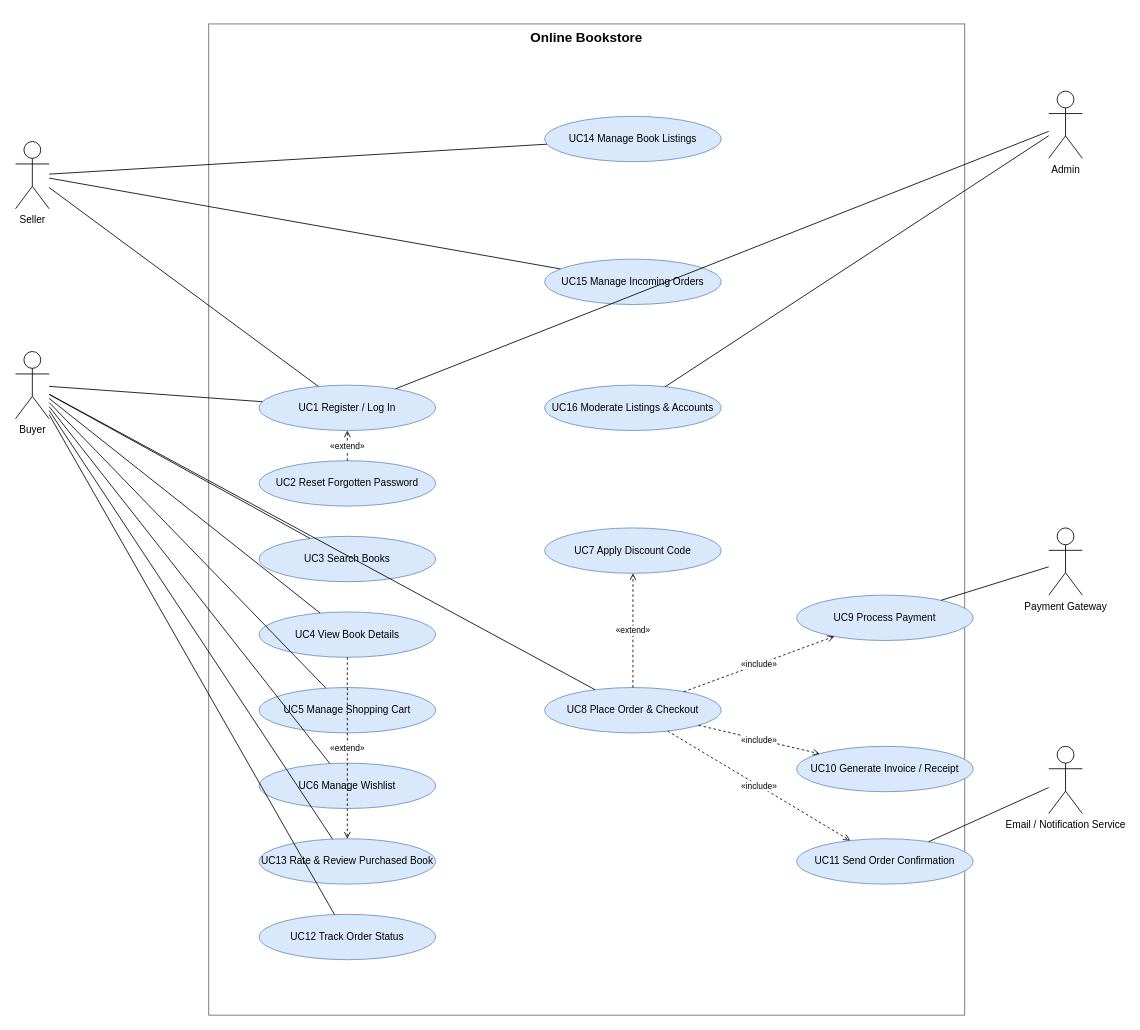
Above: Documents/UseCaseDiagram.drawio in anv10/Online-Bookstore-SE- (draw.io), before the change. Source tidied: cells renumbered, new cells numbered last; positions are measured from the earlier drawing's top-left corner, leaving out a move shared by most shapes. Both pictures are drawn from the tidied source at 84%, with x=0, y=0 at pixel (15, 24).
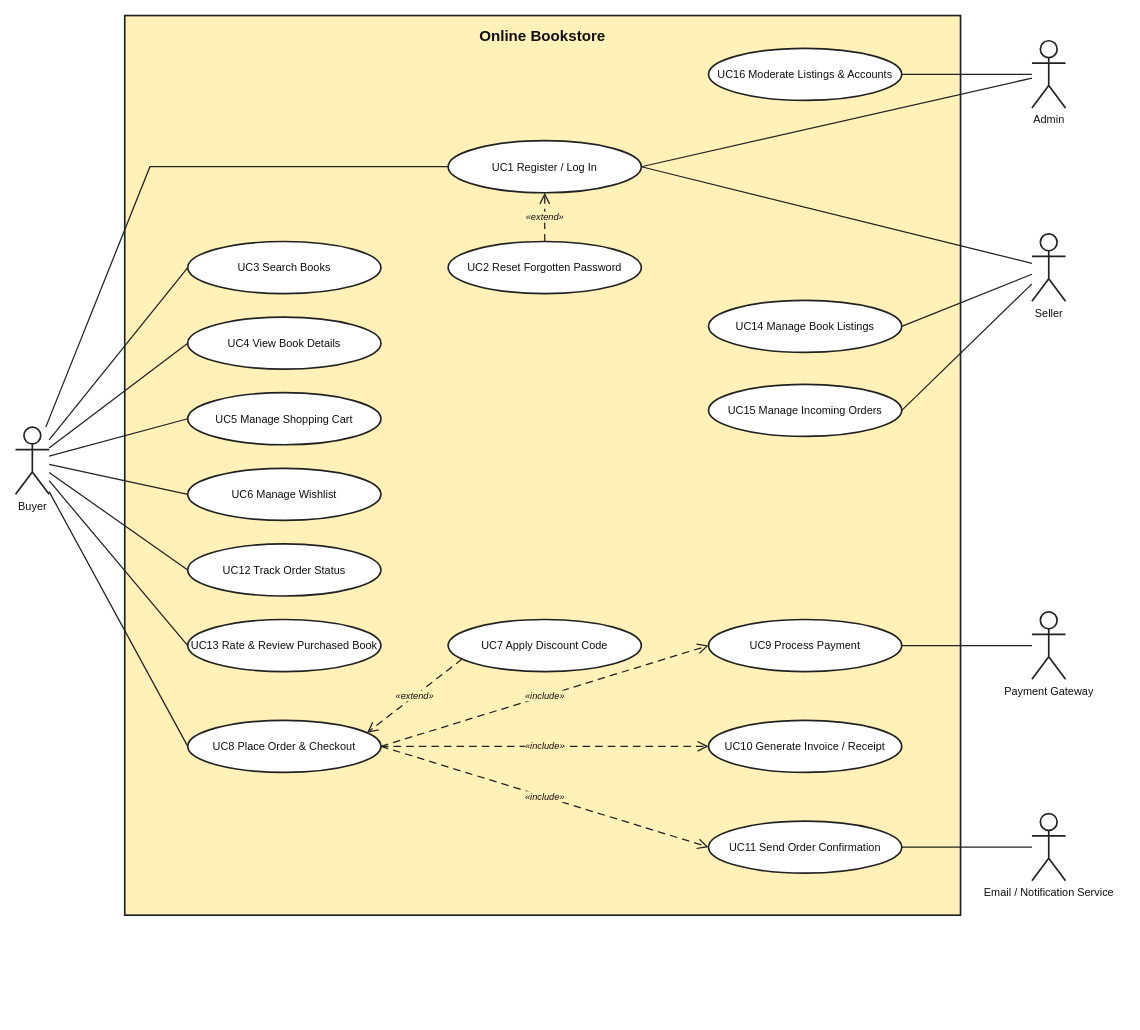
The same diagram, later.

Diff of the diagram source:
```diff
@@
-<mxGraphModel>
+<mxGraphModel background="#FFFFFF">
@@
-    <mxCell id="2" value="Online Bookstore" style="rounded=0;whiteSpace=wrap;html=1;verticalAlign=top;fontSize=16;fontStyle=1;fillColor=none;strokeColor=#666666;" parent="1" vertex="1">
-      <mxGeometry x="230" width="900" height="1180" as="geometry" />
+    <mxCell id="2" value="Online Bookstore" style="rounded=0;whiteSpace=wrap;html=1;verticalAlign=top;align=center;fontSize=18;fontStyle=1;fontFamily=Helvetica;fontColor=#111111;fillColor=#FFF1B8;strokeColor=#222222;strokeWidth=2;spacingTop=8;" parent="1" vertex="1">
+      <mxGeometry x="130" y="-10" width="995" height="1071" as="geometry" />
     </mxCell>
-    <mxCell id="3" value="Buyer" style="shape=umlActor;verticalLabelPosition=bottom;verticalAlign=top;html=1;outlineConnect=0;" parent="1" vertex="1">
-      <mxGeometry y="390" width="40" height="80" as="geometry" />
+    <mxCell id="3" value="Buyer" style="shape=umlActor;verticalLabelPosition=bottom;verticalAlign=top;html=1;outlineConnect=0;strokeColor=#222222;strokeWidth=2;fillColor=#FFFFFF;fontFamily=Helvetica;fontSize=13;fontColor=#111111;" parent="1" vertex="1">
+      <mxGeometry y="480" width="40" height="80" as="geometry" />
     </mxCell>
+    <mxCell id="5" value="Admin" style="shape=umlActor;verticalLabelPosition=bottom;verticalAlign=top;html=1;outlineConnect=0;strokeColor=#222222;strokeWidth=2;fillColor=#FFFFFF;fontFamily=Helvetica;fontSize=13;fontColor=#111111;" parent="1" vertex="1">
+      <mxGeometry x="1210" y="20" width="40" height="80" as="geometry" />
+    </mxCell>
-    <mxCell id="4" value="Seller" style="shape=umlActor;verticalLabelPosition=bottom;verticalAlign=top;html=1;outlineConnect=0;" parent="1" vertex="1">
-      <mxGeometry y="140" width="40" height="80" as="geometry" />
+    <mxCell id="4" value="Seller" style="shape=umlActor;verticalLabelPosition=bottom;verticalAlign=top;html=1;outlineConnect=0;strokeColor=#222222;strokeWidth=2;fillColor=#FFFFFF;fontFamily=Helvetica;fontSize=13;fontColor=#111111;" parent="1" vertex="1">
+      <mxGeometry x="1210" y="250" width="40" height="80" as="geometry" />
     </mxCell>
-    <mxCell id="5" value="Admin" style="shape=umlActor;verticalLabelPosition=bottom;verticalAlign=top;html=1;outlineConnect=0;" parent="1" vertex="1">
-      <mxGeometry x="1230" y="80" width="40" height="80" as="geometry" />
-    </mxCell>
-    <mxCell id="6" value="Payment Gateway" style="shape=umlActor;verticalLabelPosition=bottom;verticalAlign=top;html=1;outlineConnect=0;" parent="1" vertex="1">
-      <mxGeometry x="1230" y="600" width="40" height="80" as="geometry" />
+    <mxCell id="6" value="Payment Gateway" style="shape=umlActor;verticalLabelPosition=bottom;verticalAlign=top;html=1;outlineConnect=0;strokeColor=#222222;strokeWidth=2;fillColor=#FFFFFF;fontFamily=Helvetica;fontSize=13;fontColor=#111111;" parent="1" vertex="1">
+      <mxGeometry x="1210" y="700" width="40" height="80" as="geometry" />
     </mxCell>
-    <mxCell id="7" value="Email / Notification Service" style="shape=umlActor;verticalLabelPosition=bottom;verticalAlign=top;html=1;outlineConnect=0;" parent="1" vertex="1">
-      <mxGeometry x="1230" y="860" width="40" height="80" as="geometry" />
+    <mxCell id="7" value="Email / Notification Service" style="shape=umlActor;verticalLabelPosition=bottom;verticalAlign=top;html=1;outlineConnect=0;strokeColor=#222222;strokeWidth=2;fillColor=#FFFFFF;fontFamily=Helvetica;fontSize=13;fontColor=#111111;" parent="1" vertex="1">
+      <mxGeometry x="1210" y="940" width="40" height="80" as="geometry" />
     </mxCell>
-    <mxCell id="8" value="UC1 Register / Log In" style="ellipse;whiteSpace=wrap;html=1;fillColor=#dae8fc;strokeColor=#6c8ebf;" parent="1" vertex="1">
-      <mxGeometry x="290" y="430" width="210" height="54" as="geometry" />
+    <mxCell id="8" value="UC1 Register / Log In" style="ellipse;whiteSpace=wrap;html=1;fillColor=#FFFFFF;strokeColor=#222222;strokeWidth=2;fontFamily=Helvetica;fontSize=13;fontColor=#111111;" parent="1" vertex="1">
+      <mxGeometry x="515" y="139" width="230" height="62" as="geometry" />
     </mxCell>
-    <mxCell id="9" value="UC2 Reset Forgotten Password" style="ellipse;whiteSpace=wrap;html=1;fillColor=#dae8fc;strokeColor=#6c8ebf;" parent="1" vertex="1">
-      <mxGeometry x="290" y="520" width="210" height="54" as="geometry" />
+    <mxCell id="9" value="UC2 Reset Forgotten Password" style="ellipse;whiteSpace=wrap;html=1;fillColor=#FFFFFF;strokeColor=#222222;strokeWidth=2;fontFamily=Helvetica;fontSize=13;fontColor=#111111;" parent="1" vertex="1">
+      <mxGeometry x="515" y="259" width="230" height="62" as="geometry" />
     </mxCell>
-    <mxCell id="10" value="UC3 Search Books" style="ellipse;whiteSpace=wrap;html=1;fillColor=#dae8fc;strokeColor=#6c8ebf;" parent="1" vertex="1">
-      <mxGeometry x="290" y="610" width="210" height="54" as="geometry" />
+    <mxCell id="10" value="UC3 Search Books" style="ellipse;whiteSpace=wrap;html=1;fillColor=#FFFFFF;strokeColor=#222222;strokeWidth=2;fontFamily=Helvetica;fontSize=13;fontColor=#111111;" parent="1" vertex="1">
+      <mxGeometry x="205" y="259" width="230" height="62" as="geometry" />
     </mxCell>
-    <mxCell id="11" value="UC4 View Book Details" style="ellipse;whiteSpace=wrap;html=1;fillColor=#dae8fc;strokeColor=#6c8ebf;" parent="1" vertex="1">
-      <mxGeometry x="290" y="700" width="210" height="54" as="geometry" />
+    <mxCell id="11" value="UC4 View Book Details" style="ellipse;whiteSpace=wrap;html=1;fillColor=#FFFFFF;strokeColor=#222222;strokeWidth=2;fontFamily=Helvetica;fontSize=13;fontColor=#111111;" parent="1" vertex="1">
+      <mxGeometry x="205" y="349" width="230" height="62" as="geometry" />
     </mxCell>
-    <mxCell id="12" value="UC5 Manage Shopping Cart" style="ellipse;whiteSpace=wrap;html=1;fillColor=#dae8fc;strokeColor=#6c8ebf;" parent="1" vertex="1">
-      <mxGeometry x="290" y="790" width="210" height="54" as="geometry" />
+    <mxCell id="12" value="UC5 Manage Shopping Cart" style="ellipse;whiteSpace=wrap;html=1;fillColor=#FFFFFF;strokeColor=#222222;strokeWidth=2;fontFamily=Helvetica;fontSize=13;fontColor=#111111;" parent="1" vertex="1">
+      <mxGeometry x="205" y="439" width="230" height="62" as="geometry" />
     </mxCell>
-    <mxCell id="13" value="UC6 Manage Wishlist" style="ellipse;whiteSpace=wrap;html=1;fillColor=#dae8fc;strokeColor=#6c8ebf;" parent="1" vertex="1">
-      <mxGeometry x="290" y="880" width="210" height="54" as="geometry" />
+    <mxCell id="13" value="UC6 Manage Wishlist" style="ellipse;whiteSpace=wrap;html=1;fillColor=#FFFFFF;strokeColor=#222222;strokeWidth=2;fontFamily=Helvetica;fontSize=13;fontColor=#111111;" parent="1" vertex="1">
+      <mxGeometry x="205" y="529" width="230" height="62" as="geometry" />
     </mxCell>
+    <mxCell id="15" value="UC12 Track Order Status" style="ellipse;whiteSpace=wrap;html=1;fillColor=#FFFFFF;strokeColor=#222222;strokeWidth=2;fontFamily=Helvetica;fontSize=13;fontColor=#111111;" parent="1" vertex="1">
+      <mxGeometry x="205" y="619" width="230" height="62" as="geometry" />
+    </mxCell>
-    <mxCell id="14" value="UC13 Rate &amp; Review Purchased Book" style="ellipse;whiteSpace=wrap;html=1;fillColor=#dae8fc;strokeColor=#6c8ebf;" parent="1" vertex="1">
-      <mxGeometry x="290" y="970" width="210" height="54" as="geometry" />
+    <mxCell id="14" value="UC13 Rate &amp; Review Purchased Book" style="ellipse;whiteSpace=wrap;html=1;fillColor=#FFFFFF;strokeColor=#222222;strokeWidth=2;fontFamily=Helvetica;fontSize=13;fontColor=#111111;" parent="1" vertex="1">
+      <mxGeometry x="205" y="709" width="230" height="62" as="geometry" />
     </mxCell>
-    <mxCell id="15" value="UC12 Track Order Status" style="ellipse;whiteSpace=wrap;html=1;fillColor=#dae8fc;strokeColor=#6c8ebf;" parent="1" vertex="1">
-      <mxGeometry x="290" y="1060" width="210" height="54" as="geometry" />
-    </mxCell>
-    <mxCell id="16" value="UC8 Place Order &amp; Checkout" style="ellipse;whiteSpace=wrap;html=1;fillColor=#dae8fc;strokeColor=#6c8ebf;" parent="1" vertex="1">
-      <mxGeometry x="630" y="790" width="210" height="54" as="geometry" />
+    <mxCell id="16" value="UC8 Place Order &amp; Checkout" style="ellipse;whiteSpace=wrap;html=1;fillColor=#FFFFFF;strokeColor=#222222;strokeWidth=2;fontFamily=Helvetica;fontSize=13;fontColor=#111111;" parent="1" vertex="1">
+      <mxGeometry x="205" y="829" width="230" height="62" as="geometry" />
     </mxCell>
-    <mxCell id="17" value="UC7 Apply Discount Code" style="ellipse;whiteSpace=wrap;html=1;fillColor=#dae8fc;strokeColor=#6c8ebf;" parent="1" vertex="1">
-      <mxGeometry x="630" y="600" width="210" height="54" as="geometry" />
+    <mxCell id="17" value="UC7 Apply Discount Code" style="ellipse;whiteSpace=wrap;html=1;fillColor=#FFFFFF;strokeColor=#222222;strokeWidth=2;fontFamily=Helvetica;fontSize=13;fontColor=#111111;" parent="1" vertex="1">
+      <mxGeometry x="515" y="709" width="230" height="62" as="geometry" />
     </mxCell>
-    <mxCell id="18" value="UC9 Process Payment" style="ellipse;whiteSpace=wrap;html=1;fillColor=#dae8fc;strokeColor=#6c8ebf;" parent="1" vertex="1">
-      <mxGeometry x="930" y="680" width="210" height="54" as="geometry" />
+    <mxCell id="18" value="UC9 Process Payment" style="ellipse;whiteSpace=wrap;html=1;fillColor=#FFFFFF;strokeColor=#222222;strokeWidth=2;fontFamily=Helvetica;fontSize=13;fontColor=#111111;" parent="1" vertex="1">
+      <mxGeometry x="825" y="709" width="230" height="62" as="geometry" />
     </mxCell>
-    <mxCell id="19" value="UC10 Generate Invoice / Receipt" style="ellipse;whiteSpace=wrap;html=1;fillColor=#dae8fc;strokeColor=#6c8ebf;" parent="1" vertex="1">
-      <mxGeometry x="930" y="860" width="210" height="54" as="geometry" />
+    <mxCell id="19" value="UC10 Generate Invoice / Receipt" style="ellipse;whiteSpace=wrap;html=1;fillColor=#FFFFFF;strokeColor=#222222;strokeWidth=2;fontFamily=Helvetica;fontSize=13;fontColor=#111111;" parent="1" vertex="1">
+      <mxGeometry x="825" y="829" width="230" height="62" as="geometry" />
     </mxCell>
-    <mxCell id="20" value="UC11 Send Order Confirmation" style="ellipse;whiteSpace=wrap;html=1;fillColor=#dae8fc;strokeColor=#6c8ebf;" parent="1" vertex="1">
-      <mxGeometry x="930" y="970" width="210" height="54" as="geometry" />
+    <mxCell id="20" value="UC11 Send Order Confirmation" style="ellipse;whiteSpace=wrap;html=1;fillColor=#FFFFFF;strokeColor=#222222;strokeWidth=2;fontFamily=Helvetica;fontSize=13;fontColor=#111111;" parent="1" vertex="1">
+      <mxGeometry x="825" y="949" width="230" height="62" as="geometry" />
     </mxCell>
-    <mxCell id="21" value="UC14 Manage Book Listings" style="ellipse;whiteSpace=wrap;html=1;fillColor=#dae8fc;strokeColor=#6c8ebf;" parent="1" vertex="1">
-      <mxGeometry x="630" y="110" width="210" height="54" as="geometry" />
+    <mxCell id="21" value="UC14 Manage Book Listings" style="ellipse;whiteSpace=wrap;html=1;fillColor=#FFFFFF;strokeColor=#222222;strokeWidth=2;fontFamily=Helvetica;fontSize=13;fontColor=#111111;" parent="1" vertex="1">
+      <mxGeometry x="825" y="329" width="230" height="62" as="geometry" />
     </mxCell>
-    <mxCell id="22" value="UC15 Manage Incoming Orders" style="ellipse;whiteSpace=wrap;html=1;fillColor=#dae8fc;strokeColor=#6c8ebf;" parent="1" vertex="1">
-      <mxGeometry x="630" y="280" width="210" height="54" as="geometry" />
+    <mxCell id="22" value="UC15 Manage Incoming Orders" style="ellipse;whiteSpace=wrap;html=1;fillColor=#FFFFFF;strokeColor=#222222;strokeWidth=2;fontFamily=Helvetica;fontSize=13;fontColor=#111111;" parent="1" vertex="1">
+      <mxGeometry x="825" y="429" width="230" height="62" as="geometry" />
     </mxCell>
-    <mxCell id="23" value="UC16 Moderate Listings &amp; Accounts" style="ellipse;whiteSpace=wrap;html=1;fillColor=#dae8fc;strokeColor=#6c8ebf;" parent="1" vertex="1">
-      <mxGeometry x="630" y="430" width="210" height="54" as="geometry" />
+    <mxCell id="23" value="UC16 Moderate Listings &amp; Accounts" style="ellipse;whiteSpace=wrap;html=1;fillColor=#FFFFFF;strokeColor=#222222;strokeWidth=2;fontFamily=Helvetica;fontSize=13;fontColor=#111111;" parent="1" vertex="1">
+      <mxGeometry x="825" y="29" width="230" height="62" as="geometry" />
     </mxCell>
-    <mxCell id="24" style="endArrow=none;html=1;edgeStyle=none;" parent="1" edge="1" source="3" target="8">
-      <mxGeometry relative="1" as="geometry" />
+    <mxCell id="24" style="endArrow=none;html=1;rounded=0;strokeColor=#222222;strokeWidth=1.5;entryX=0;entryY=0.5;entryDx=0;entryDy=0;" parent="1" edge="1" source="3" target="8">
+      <mxGeometry relative="1" as="geometry">
+        <Array as="points">
+          <mxPoint x="160" y="170" />
+        </Array>
+      </mxGeometry>
     </mxCell>
-    <mxCell id="25" style="endArrow=none;html=1;edgeStyle=none;" parent="1" edge="1" source="3" target="10">
+    <mxCell id="25" style="endArrow=none;html=1;rounded=0;strokeColor=#222222;strokeWidth=1.5;entryX=0;entryY=0.5;entryDx=0;entryDy=0;" parent="1" edge="1" source="3" target="10">
       <mxGeometry relative="1" as="geometry" />
     </mxCell>
-    <mxCell id="26" style="endArrow=none;html=1;edgeStyle=none;" parent="1" edge="1" source="3" target="11">
+    <mxCell id="26" style="endArrow=none;html=1;rounded=0;strokeColor=#222222;strokeWidth=1.5;entryX=0;entryY=0.5;entryDx=0;entryDy=0;" parent="1" edge="1" source="3" target="11">
       <mxGeometry relative="1" as="geometry" />
     </mxCell>
-    <mxCell id="27" style="endArrow=none;html=1;edgeStyle=none;" parent="1" edge="1" source="3" target="12">
+    <mxCell id="27" style="endArrow=none;html=1;rounded=0;strokeColor=#222222;strokeWidth=1.5;entryX=0;entryY=0.5;entryDx=0;entryDy=0;" parent="1" edge="1" source="3" target="12">
       <mxGeometry relative="1" as="geometry" />
     </mxCell>
-    <mxCell id="28" style="endArrow=none;html=1;edgeStyle=none;" parent="1" edge="1" source="3" target="13">
+    <mxCell id="28" style="endArrow=none;html=1;rounded=0;strokeColor=#222222;strokeWidth=1.5;entryX=0;entryY=0.5;entryDx=0;entryDy=0;" parent="1" edge="1" source="3" target="13">
       <mxGeometry relative="1" as="geometry" />
     </mxCell>
+    <mxCell id="30" style="endArrow=none;html=1;rounded=0;strokeColor=#222222;strokeWidth=1.5;entryX=0;entryY=0.5;entryDx=0;entryDy=0;" parent="1" edge="1" source="3" target="15">
+      <mxGeometry relative="1" as="geometry" />
+    </mxCell>
-    <mxCell id="29" style="endArrow=none;html=1;edgeStyle=none;" parent="1" edge="1" source="3" target="14">
+    <mxCell id="29" style="endArrow=none;html=1;rounded=0;strokeColor=#222222;strokeWidth=1.5;entryX=0;entryY=0.5;entryDx=0;entryDy=0;" parent="1" edge="1" source="3" target="14">
       <mxGeometry relative="1" as="geometry" />
     </mxCell>
-    <mxCell id="30" style="endArrow=none;html=1;edgeStyle=none;" parent="1" edge="1" source="3" target="15">
-      <mxGeometry relative="1" as="geometry" />
-    </mxCell>
-    <mxCell id="31" style="endArrow=none;html=1;edgeStyle=none;" parent="1" edge="1" source="3" target="16">
+    <mxCell id="31" style="endArrow=none;html=1;rounded=0;strokeColor=#222222;strokeWidth=1.5;entryX=0;entryY=0.5;entryDx=0;entryDy=0;" parent="1" edge="1" source="3" target="16">
       <mxGeometry relative="1" as="geometry" />
     </mxCell>
+    <mxCell id="35" style="endArrow=none;html=1;rounded=0;strokeColor=#222222;strokeWidth=1.5;entryX=1;entryY=0.5;entryDx=0;entryDy=0;" parent="1" edge="1" source="5" target="8">
+      <mxGeometry relative="1" as="geometry" />
+    </mxCell>
+    <mxCell id="36" style="endArrow=none;html=1;rounded=0;strokeColor=#222222;strokeWidth=1.5;entryX=1;entryY=0.5;entryDx=0;entryDy=0;" parent="1" edge="1" source="5" target="23">
+      <mxGeometry relative="1" as="geometry" />
+    </mxCell>
-    <mxCell id="32" style="endArrow=none;html=1;edgeStyle=none;" parent="1" edge="1" source="4" target="8">
+    <mxCell id="32" style="endArrow=none;html=1;rounded=0;strokeColor=#222222;strokeWidth=1.5;entryX=1;entryY=0.5;entryDx=0;entryDy=0;" parent="1" edge="1" source="4" target="8">
       <mxGeometry relative="1" as="geometry" />
     </mxCell>
-    <mxCell id="33" style="endArrow=none;html=1;edgeStyle=none;" parent="1" edge="1" source="4" target="21">
+    <mxCell id="33" style="endArrow=none;html=1;rounded=0;strokeColor=#222222;strokeWidth=1.5;entryX=1;entryY=0.5;entryDx=0;entryDy=0;" parent="1" edge="1" source="4" target="21">
       <mxGeometry relative="1" as="geometry" />
     </mxCell>
-    <mxCell id="34" style="endArrow=none;html=1;edgeStyle=none;" parent="1" edge="1" source="4" target="22">
+    <mxCell id="34" style="endArrow=none;html=1;rounded=0;strokeColor=#222222;strokeWidth=1.5;entryX=1;entryY=0.5;entryDx=0;entryDy=0;" parent="1" edge="1" source="4" target="22">
       <mxGeometry relative="1" as="geometry" />
     </mxCell>
-    <mxCell id="35" style="endArrow=none;html=1;edgeStyle=none;" parent="1" edge="1" source="5" target="8">
-      <mxGeometry relative="1" as="geometry" />
-    </mxCell>
-    <mxCell id="36" style="endArrow=none;html=1;edgeStyle=none;" parent="1" edge="1" source="5" target="23">
-      <mxGeometry relative="1" as="geometry" />
-    </mxCell>
-    <mxCell id="37" style="endArrow=none;html=1;edgeStyle=none;" parent="1" edge="1" source="6" target="18">
+    <mxCell id="37" style="endArrow=none;html=1;rounded=0;strokeColor=#222222;strokeWidth=1.5;entryX=1;entryY=0.5;entryDx=0;entryDy=0;" parent="1" edge="1" source="6" target="18">
       <mxGeometry relative="1" as="geometry" />
     </mxCell>
-    <mxCell id="38" style="endArrow=none;html=1;edgeStyle=none;" parent="1" edge="1" source="7" target="20">
+    <mxCell id="38" style="endArrow=none;html=1;rounded=0;strokeColor=#222222;strokeWidth=1.5;entryX=1;entryY=0.5;entryDx=0;entryDy=0;" parent="1" edge="1" source="7" target="20">
       <mxGeometry relative="1" as="geometry" />
     </mxCell>
-    <mxCell id="39" value="«extend»" style="endArrow=open;endFill=0;dashed=1;html=1;fontSize=10;" parent="1" edge="1" source="9" target="8">
+    <mxCell id="39" value="«extend»" style="endArrow=open;endFill=0;endSize=10;dashed=1;dashPattern=6 4;html=1;rounded=0;strokeColor=#222222;strokeWidth=1.5;fontSize=11;fontStyle=2;fontColor=#111111;labelBackgroundColor=#FFF1B8;exitX=0.5;exitY=0;exitDx=0;exitDy=0;entryX=0.5;entryY=1;entryDx=0;entryDy=0;" parent="1" edge="1" source="9" target="8">
       <mxGeometry relative="1" as="geometry" />
     </mxCell>
-    <mxCell id="40" value="«extend»" style="endArrow=open;endFill=0;dashed=1;html=1;fontSize=10;" parent="1" edge="1" source="16" target="17">
-      <mxGeometry relative="1" as="geometry" />
-    </mxCell>
+    <mxCell id="45" value="«extend»" style="endArrow=open;endFill=0;endSize=10;dashed=1;dashPattern=6 4;html=1;rounded=0;strokeColor=#222222;strokeWidth=1.5;fontSize=11;fontStyle=2;fontColor=#111111;labelBackgroundColor=#FFF1B8;exitX=0.1;exitY=0.75;exitDx=0;exitDy=0;entryX=0.9;entryY=0.25;entryDx=0;entryDy=0;" parent="1" edge="1" source="17" target="16">
+      <mxGeometry relative="1" as="geometry" />
+    </mxCell>
-    <mxCell id="41" value="«include»" style="endArrow=open;endFill=0;dashed=1;html=1;fontSize=10;" parent="1" edge="1" source="16" target="18">
+    <mxCell id="41" value="«include»" style="endArrow=open;endFill=0;endSize=10;dashed=1;dashPattern=6 4;html=1;rounded=0;strokeColor=#222222;strokeWidth=1.5;fontSize=11;fontStyle=2;fontColor=#111111;labelBackgroundColor=#FFF1B8;exitX=1;exitY=0.5;exitDx=0;exitDy=0;entryX=0;entryY=0.5;entryDx=0;entryDy=0;" parent="1" edge="1" source="16" target="18">
       <mxGeometry relative="1" as="geometry" />
     </mxCell>
-    <mxCell id="42" value="«include»" style="endArrow=open;endFill=0;dashed=1;html=1;fontSize=10;" parent="1" edge="1" source="16" target="19">
+    <mxCell id="42" value="«include»" style="endArrow=open;endFill=0;endSize=10;dashed=1;dashPattern=6 4;html=1;rounded=0;strokeColor=#222222;strokeWidth=1.5;fontSize=11;fontStyle=2;fontColor=#111111;labelBackgroundColor=#FFF1B8;exitX=1;exitY=0.5;exitDx=0;exitDy=0;entryX=0;entryY=0.5;entryDx=0;entryDy=0;" parent="1" edge="1" source="16" target="19">
       <mxGeometry relative="1" as="geometry" />
     </mxCell>
-    <mxCell id="43" value="«include»" style="endArrow=open;endFill=0;dashed=1;html=1;fontSize=10;" parent="1" edge="1" source="16" target="20">
+    <mxCell id="43" value="«include»" style="endArrow=open;endFill=0;endSize=10;dashed=1;dashPattern=6 4;html=1;rounded=0;strokeColor=#222222;strokeWidth=1.5;fontSize=11;fontStyle=2;fontColor=#111111;labelBackgroundColor=#FFF1B8;exitX=1;exitY=0.5;exitDx=0;exitDy=0;entryX=0;entryY=0.5;entryDx=0;entryDy=0;" parent="1" edge="1" source="16" target="20">
       <mxGeometry relative="1" as="geometry" />
     </mxCell>
-    <mxCell id="44" value="«extend»" style="endArrow=open;endFill=0;dashed=1;html=1;fontSize=10;" parent="1" edge="1" source="11" target="14">
-      <mxGeometry relative="1" as="geometry" />
-    </mxCell>
```
